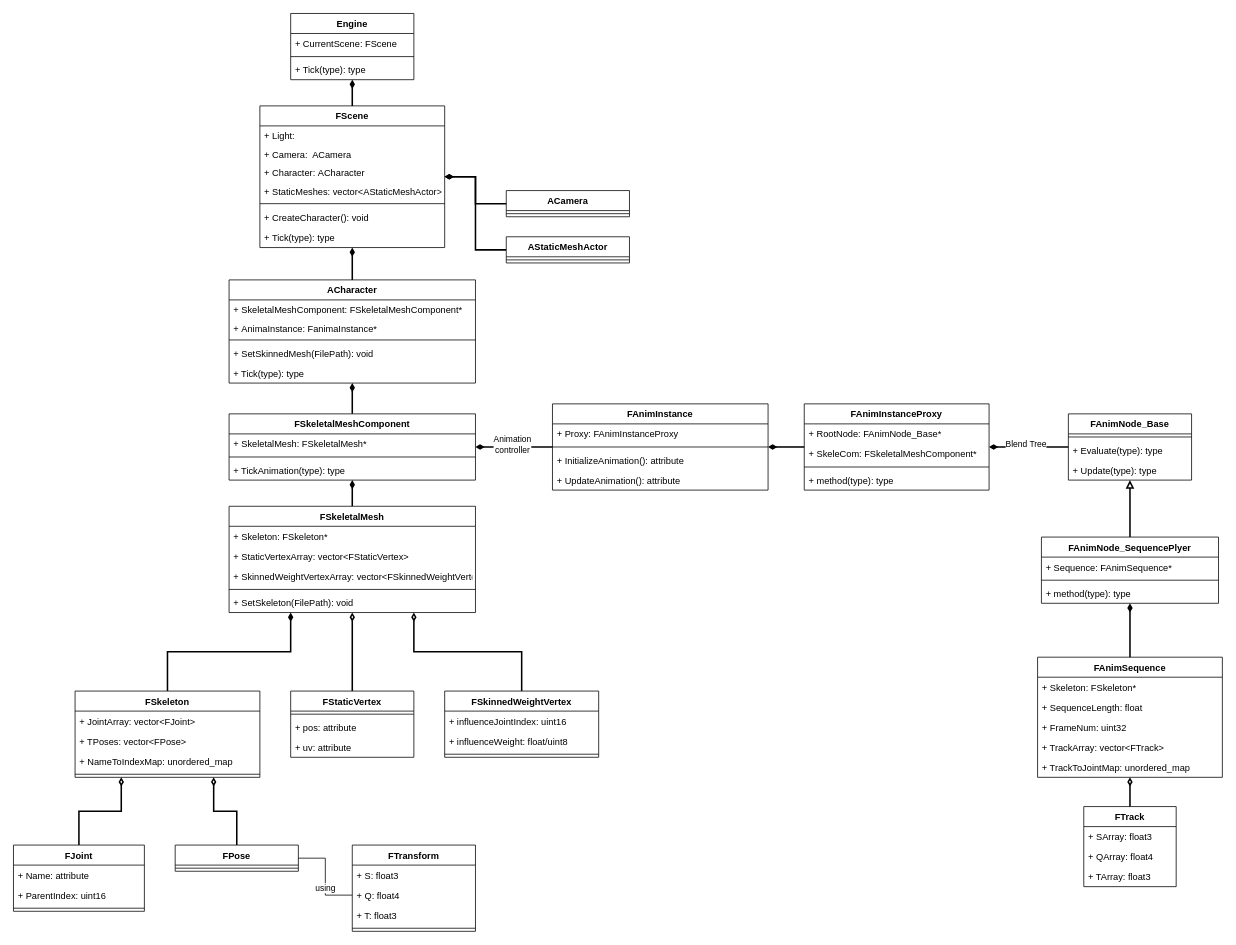
Earlier version of the draw.io diagram UML_SkeletonMesh.drawio (Mag357num/D3D12DrawMesh). Source tidied: cells renumbered, new cells numbered last; positions are measured from the earlier drawing's top-left corner, leaving out a move shared by most shapes. Both pictures are drawn from the tidied source at 77%, with x=0, y=0 at pixel (13, 13).
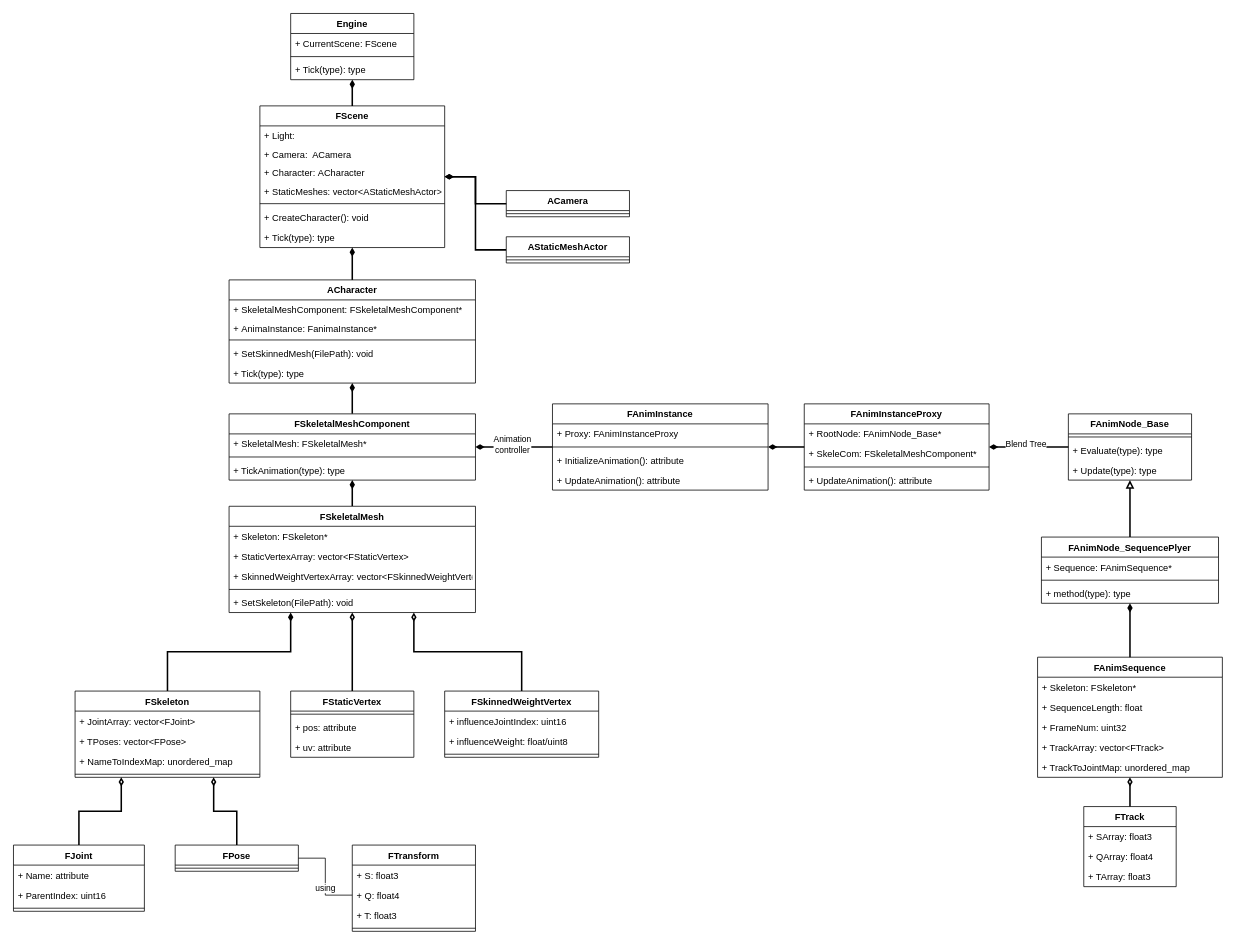
After the change.

Unchanged cells that the change refers to:
```xml
<mxCell id="90" value="FAnimInstanceProxy" style="swimlane;fontStyle=1;align=center;verticalAlign=top;horizontal=1;startSize=26;" parent="1" vertex="1">
  <mxGeometry x="1027" y="507" width="240" height="112" as="geometry" />
</mxCell>
```

Change to the diagram source:
```diff
@@
-    <mxCell id="94" value="+ method(type): type" style="text;strokeColor=none;fillColor=none;align=left;verticalAlign=top;spacingLeft=4;spacingRight=4;overflow=hidden;" parent="90" vertex="1">
-      <mxGeometry y="86" width="240" height="26" as="geometry" />
-    </mxCell>
+    <mxCell id="107" value="+ UpdateAnimation(): attribute" style="text;strokeColor=none;fillColor=none;align=left;verticalAlign=top;spacingLeft=4;spacingRight=4;overflow=hidden;" parent="90" vertex="1">
+      <mxGeometry y="86" width="240" height="26" as="geometry" />
+    </mxCell>
```
